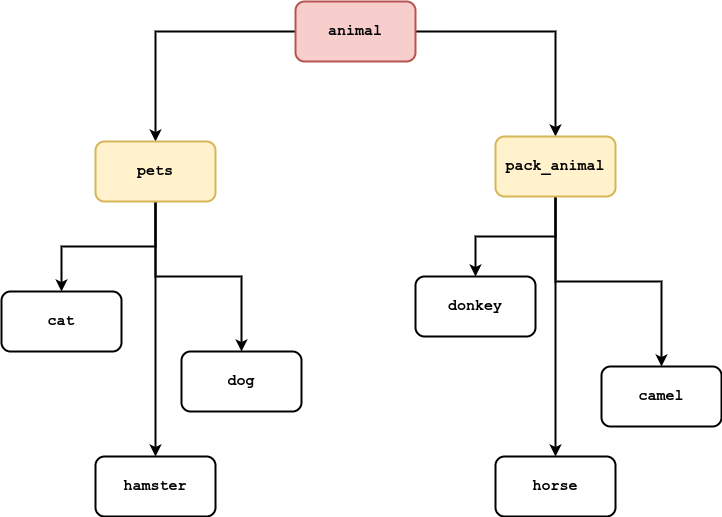
ilya-devel/control_work_practice keeps this draw.io diagram as animal_diagram.png. Above is the earlier version. Source tidied: cells renumbered, new cells last; positions are measured from the earlier drawing's top-left corner, leaving out a move shared by most shapes. The source it was exported from:
```xml
<mxGraphModel>
  <root>
    <mxCell id="0" />
    <mxCell id="1" parent="0" />
    <mxCell id="2" style="edgeStyle=orthogonalEdgeStyle;rounded=0;jettySize=auto;html=1;exitX=0;exitY=0.5;exitDx=0;exitDy=0;fontFamily=Courier New;fontSize=15;fontStyle=1;strokeWidth=2;" parent="1" edge="1" source="4" target="8">
      <mxGeometry relative="1" as="geometry" />
    </mxCell>
    <mxCell id="3" style="edgeStyle=orthogonalEdgeStyle;rounded=0;jettySize=auto;html=1;exitX=1;exitY=0.5;exitDx=0;exitDy=0;fontFamily=Courier New;fontSize=15;fontStyle=1;strokeWidth=2;" parent="1" edge="1" source="4" target="12">
      <mxGeometry relative="1" as="geometry" />
    </mxCell>
    <mxCell id="4" value="animal" style="rounded=1;whiteSpace=wrap;html=1;fontFamily=Courier New;fontSize=15;fontStyle=1;fillColor=#f8cecc;strokeColor=#b85450;strokeWidth=2;" parent="1" vertex="1">
      <mxGeometry x="294" width="120" height="60" as="geometry" />
    </mxCell>
    <mxCell id="5" style="edgeStyle=orthogonalEdgeStyle;rounded=0;jettySize=auto;html=1;fontFamily=Courier New;fontSize=15;fontStyle=1;strokeWidth=2;" parent="1" edge="1" source="8" target="13">
      <mxGeometry relative="1" as="geometry" />
    </mxCell>
    <mxCell id="6" style="edgeStyle=orthogonalEdgeStyle;rounded=0;jettySize=auto;html=1;fontFamily=Courier New;fontSize=15;fontStyle=1;strokeWidth=2;" parent="1" edge="1" source="8" target="14">
      <mxGeometry relative="1" as="geometry" />
    </mxCell>
    <mxCell id="7" style="edgeStyle=orthogonalEdgeStyle;rounded=0;jettySize=auto;html=1;fontFamily=Courier New;fontSize=15;fontStyle=1;strokeWidth=2;" parent="1" edge="1" source="8" target="15">
      <mxGeometry relative="1" as="geometry">
        <Array as="points">
          <mxPoint x="154" y="420" />
          <mxPoint x="154" y="420" />
        </Array>
      </mxGeometry>
    </mxCell>
    <mxCell id="8" value="pets" style="whiteSpace=wrap;html=1;rounded=1;fontFamily=Courier New;fontSize=15;fontStyle=1;fillColor=#fff2cc;strokeColor=#d6b656;strokeWidth=2;" parent="1" vertex="1">
      <mxGeometry x="94" y="140" width="120" height="60" as="geometry" />
    </mxCell>
    <mxCell id="9" style="edgeStyle=orthogonalEdgeStyle;rounded=0;jettySize=auto;html=1;fontFamily=Courier New;fontSize=15;fontStyle=1;strokeWidth=2;" parent="1" edge="1" source="12" target="16">
      <mxGeometry relative="1" as="geometry" />
    </mxCell>
    <mxCell id="10" style="edgeStyle=orthogonalEdgeStyle;rounded=0;jettySize=auto;html=1;fontFamily=Courier New;fontSize=15;fontStyle=1;strokeWidth=2;" parent="1" edge="1" source="12" target="17">
      <mxGeometry relative="1" as="geometry" />
    </mxCell>
    <mxCell id="11" style="edgeStyle=orthogonalEdgeStyle;rounded=0;jettySize=auto;html=1;fontFamily=Courier New;fontSize=15;fontStyle=1;strokeWidth=2;" parent="1" edge="1" source="12" target="18">
      <mxGeometry relative="1" as="geometry" />
    </mxCell>
    <mxCell id="12" value="pack_animal" style="whiteSpace=wrap;html=1;rounded=1;fontFamily=Courier New;fontSize=15;fontStyle=1;fillColor=#fff2cc;strokeColor=#d6b656;strokeWidth=2;" parent="1" vertex="1">
      <mxGeometry x="494" y="135" width="120" height="60" as="geometry" />
    </mxCell>
    <mxCell id="13" value="cat" style="whiteSpace=wrap;html=1;rounded=1;fontFamily=Courier New;fontSize=15;fontStyle=1;strokeWidth=2;" parent="1" vertex="1">
      <mxGeometry y="290" width="120" height="60" as="geometry" />
    </mxCell>
    <mxCell id="14" value="dog" style="whiteSpace=wrap;html=1;rounded=1;fontFamily=Courier New;fontSize=15;fontStyle=1;strokeWidth=2;" parent="1" vertex="1">
      <mxGeometry x="180" y="350" width="120" height="60" as="geometry" />
    </mxCell>
    <mxCell id="15" value="hamster" style="whiteSpace=wrap;html=1;rounded=1;fontFamily=Courier New;fontSize=15;fontStyle=1;strokeWidth=2;" parent="1" vertex="1">
      <mxGeometry x="94" y="455" width="120" height="60" as="geometry" />
    </mxCell>
    <mxCell id="16" value="donkey" style="whiteSpace=wrap;html=1;rounded=1;fontFamily=Courier New;fontSize=15;fontStyle=1;strokeWidth=2;" parent="1" vertex="1">
      <mxGeometry x="414" y="275" width="120" height="60" as="geometry" />
    </mxCell>
    <mxCell id="17" value="horse" style="whiteSpace=wrap;html=1;rounded=1;fontFamily=Courier New;fontSize=15;fontStyle=1;strokeWidth=2;" parent="1" vertex="1">
      <mxGeometry x="494" y="455" width="120" height="60" as="geometry" />
    </mxCell>
    <mxCell id="18" value="camel" style="whiteSpace=wrap;html=1;rounded=1;fontFamily=Courier New;fontSize=15;fontStyle=1;strokeWidth=2;" parent="1" vertex="1">
      <mxGeometry x="600" y="365" width="120" height="60" as="geometry" />
    </mxCell>
  </root>
</mxGraphModel>
```
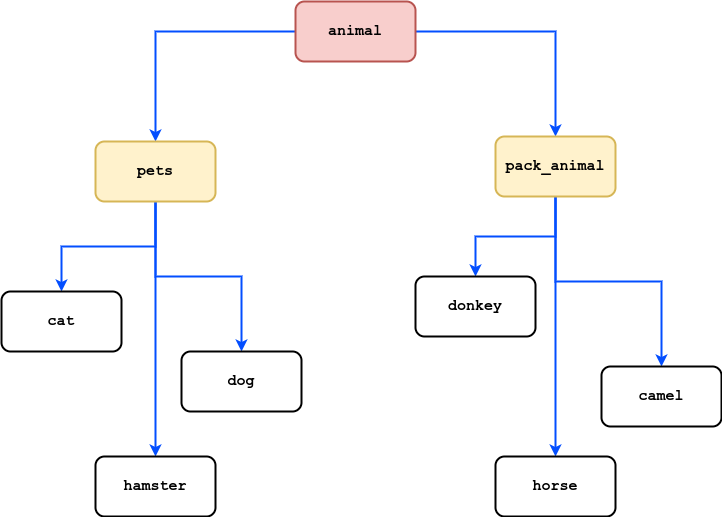
The same diagram one commit later.

Commit message:
6th task completed (fix picture)

The edit, as a diff of the source:
```diff
@@ -2,22 +2,22 @@
   <root>
     <mxCell id="0" />
     <mxCell id="1" parent="0" />
-    <mxCell id="2" style="edgeStyle=orthogonalEdgeStyle;rounded=0;jettySize=auto;html=1;exitX=0;exitY=0.5;exitDx=0;exitDy=0;fontFamily=Courier New;fontSize=15;fontStyle=1;strokeWidth=2;" parent="1" edge="1" source="4" target="8">
+    <mxCell id="2" style="edgeStyle=orthogonalEdgeStyle;rounded=0;jettySize=auto;html=1;exitX=0;exitY=0.5;exitDx=0;exitDy=0;fontFamily=Courier New;fontSize=15;fontStyle=1;strokeWidth=2;strokeColor=#034EFF;" parent="1" edge="1" source="4" target="8">
       <mxGeometry relative="1" as="geometry" />
     </mxCell>
-    <mxCell id="3" style="edgeStyle=orthogonalEdgeStyle;rounded=0;jettySize=auto;html=1;exitX=1;exitY=0.5;exitDx=0;exitDy=0;fontFamily=Courier New;fontSize=15;fontStyle=1;strokeWidth=2;" parent="1" edge="1" source="4" target="12">
+    <mxCell id="3" style="edgeStyle=orthogonalEdgeStyle;rounded=0;jettySize=auto;html=1;exitX=1;exitY=0.5;exitDx=0;exitDy=0;fontFamily=Courier New;fontSize=15;fontStyle=1;strokeWidth=2;strokeColor=#034EFF;" parent="1" edge="1" source="4" target="12">
       <mxGeometry relative="1" as="geometry" />
     </mxCell>
     <mxCell id="4" value="animal" style="rounded=1;whiteSpace=wrap;html=1;fontFamily=Courier New;fontSize=15;fontStyle=1;fillColor=#f8cecc;strokeColor=#b85450;strokeWidth=2;" parent="1" vertex="1">
       <mxGeometry x="294" width="120" height="60" as="geometry" />
     </mxCell>
-    <mxCell id="5" style="edgeStyle=orthogonalEdgeStyle;rounded=0;jettySize=auto;html=1;fontFamily=Courier New;fontSize=15;fontStyle=1;strokeWidth=2;" parent="1" edge="1" source="8" target="13">
+    <mxCell id="5" style="edgeStyle=orthogonalEdgeStyle;rounded=0;jettySize=auto;html=1;fontFamily=Courier New;fontSize=15;fontStyle=1;strokeWidth=2;strokeColor=#034EFF;" parent="1" edge="1" source="8" target="13">
       <mxGeometry relative="1" as="geometry" />
     </mxCell>
-    <mxCell id="6" style="edgeStyle=orthogonalEdgeStyle;rounded=0;jettySize=auto;html=1;fontFamily=Courier New;fontSize=15;fontStyle=1;strokeWidth=2;" parent="1" edge="1" source="8" target="14">
+    <mxCell id="6" style="edgeStyle=orthogonalEdgeStyle;rounded=0;jettySize=auto;html=1;fontFamily=Courier New;fontSize=15;fontStyle=1;strokeWidth=2;strokeColor=#034EFF;" parent="1" edge="1" source="8" target="14">
       <mxGeometry relative="1" as="geometry" />
     </mxCell>
-    <mxCell id="7" style="edgeStyle=orthogonalEdgeStyle;rounded=0;jettySize=auto;html=1;fontFamily=Courier New;fontSize=15;fontStyle=1;strokeWidth=2;" parent="1" edge="1" source="8" target="15">
+    <mxCell id="7" style="edgeStyle=orthogonalEdgeStyle;rounded=0;jettySize=auto;html=1;fontFamily=Courier New;fontSize=15;fontStyle=1;strokeWidth=2;strokeColor=#034EFF;" parent="1" edge="1" source="8" target="15">
       <mxGeometry relative="1" as="geometry">
         <Array as="points">
           <mxPoint x="154" y="420" />
@@ -28,13 +28,13 @@
     <mxCell id="8" value="pets" style="whiteSpace=wrap;html=1;rounded=1;fontFamily=Courier New;fontSize=15;fontStyle=1;fillColor=#fff2cc;strokeColor=#d6b656;strokeWidth=2;" parent="1" vertex="1">
       <mxGeometry x="94" y="140" width="120" height="60" as="geometry" />
     </mxCell>
-    <mxCell id="9" style="edgeStyle=orthogonalEdgeStyle;rounded=0;jettySize=auto;html=1;fontFamily=Courier New;fontSize=15;fontStyle=1;strokeWidth=2;" parent="1" edge="1" source="12" target="16">
+    <mxCell id="9" style="edgeStyle=orthogonalEdgeStyle;rounded=0;jettySize=auto;html=1;fontFamily=Courier New;fontSize=15;fontStyle=1;strokeWidth=2;strokeColor=#034EFF;" parent="1" edge="1" source="12" target="16">
       <mxGeometry relative="1" as="geometry" />
     </mxCell>
-    <mxCell id="10" style="edgeStyle=orthogonalEdgeStyle;rounded=0;jettySize=auto;html=1;fontFamily=Courier New;fontSize=15;fontStyle=1;strokeWidth=2;" parent="1" edge="1" source="12" target="17">
+    <mxCell id="10" style="edgeStyle=orthogonalEdgeStyle;rounded=0;jettySize=auto;html=1;fontFamily=Courier New;fontSize=15;fontStyle=1;strokeWidth=2;strokeColor=#034EFF;" parent="1" edge="1" source="12" target="17">
       <mxGeometry relative="1" as="geometry" />
     </mxCell>
-    <mxCell id="11" style="edgeStyle=orthogonalEdgeStyle;rounded=0;jettySize=auto;html=1;fontFamily=Courier New;fontSize=15;fontStyle=1;strokeWidth=2;" parent="1" edge="1" source="12" target="18">
+    <mxCell id="11" style="edgeStyle=orthogonalEdgeStyle;rounded=0;jettySize=auto;html=1;fontFamily=Courier New;fontSize=15;fontStyle=1;strokeWidth=2;strokeColor=#034EFF;" parent="1" edge="1" source="12" target="18">
       <mxGeometry relative="1" as="geometry" />
     </mxCell>
     <mxCell id="12" value="pack_animal" style="whiteSpace=wrap;html=1;rounded=1;fontFamily=Courier New;fontSize=15;fontStyle=1;fillColor=#fff2cc;strokeColor=#d6b656;strokeWidth=2;" parent="1" vertex="1">
```
